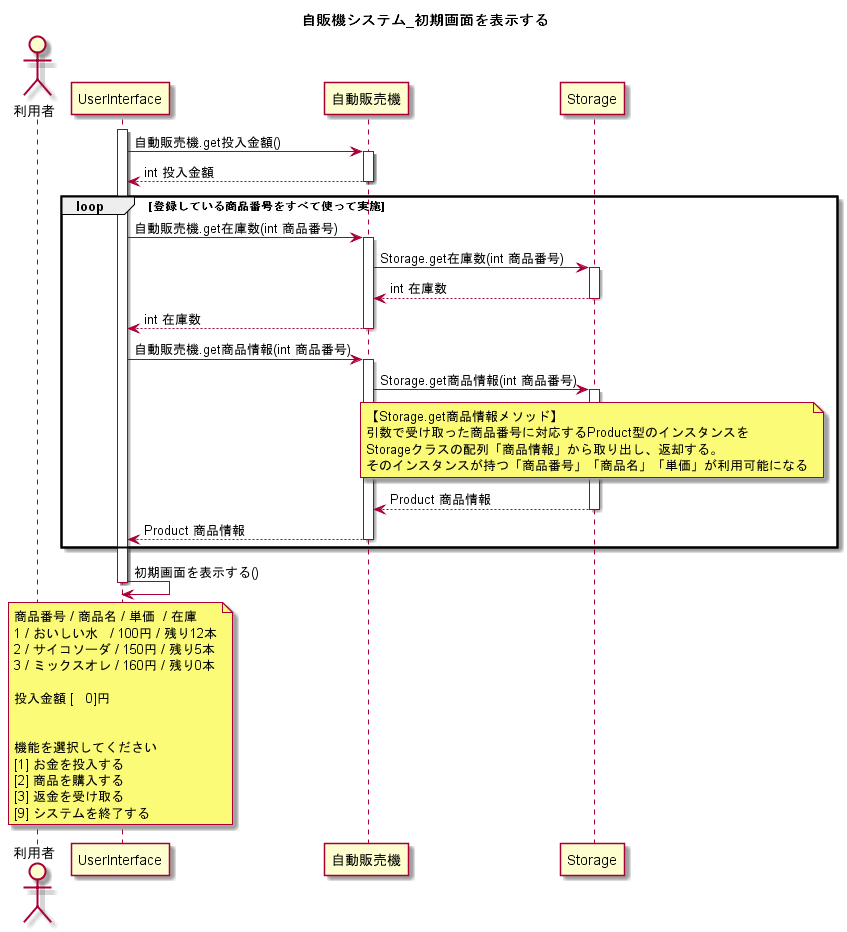
Earlier version of the PlantUML export UML_class_sequence/自販機システム_初期画面を表示する.png (W-Nakayama-24/VendingMachine_CUI).
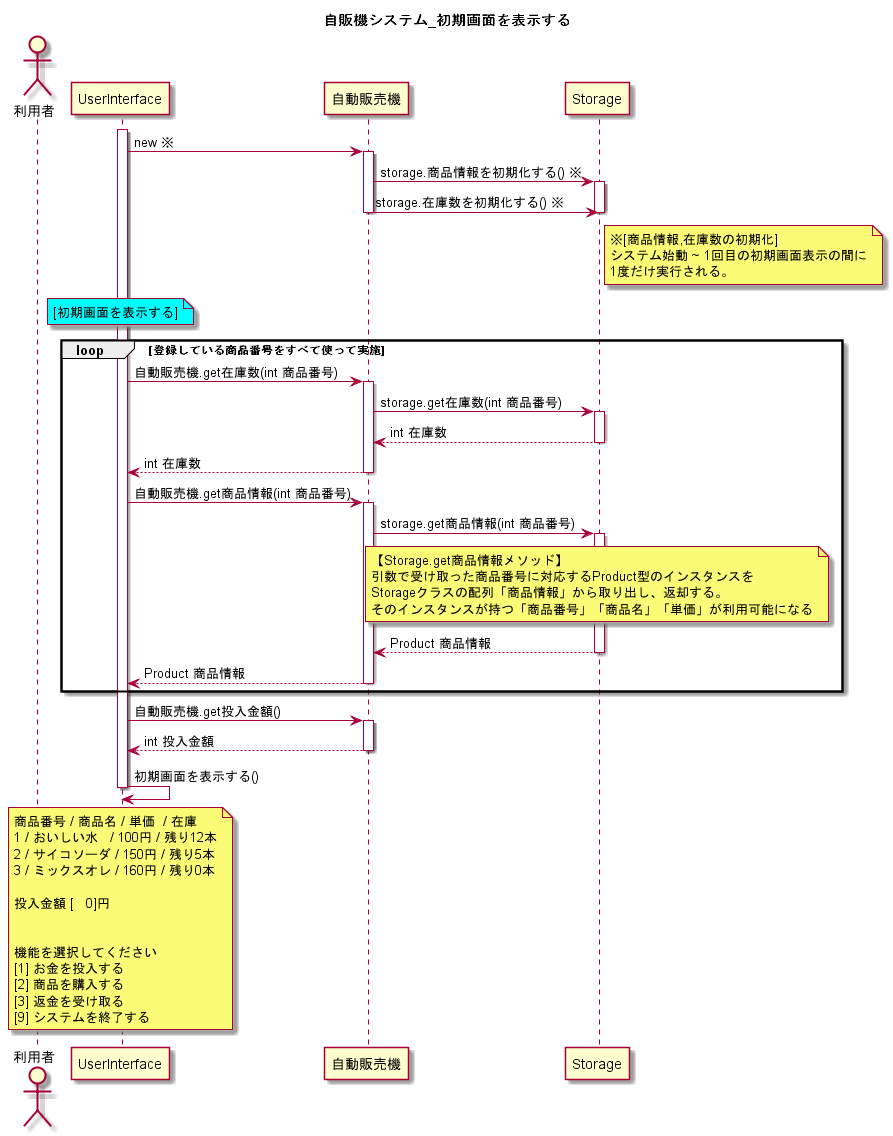
Above is the later version.

The edit, as a diff of the source:
```diff
@@ -3,15 +3,27 @@
 
 actor 利用者
 activate UserInterface
-UserInterface -> 自動販売機 : 自動販売機.get投入金額()
+UserInterface -> 自動販売機 : new ※
 activate 自動販売機
-UserInterface <-- 自動販売機 : int 投入金額
+自動販売機 -> Storage : storage.商品情報を初期化する() ※
+activate Storage
+自動販売機 -> Storage : storage.在庫数を初期化する() ※
+deactivate Storage
 deactivate 自動販売機
 
+note right of Storage
+※[商品情報,在庫数の初期化]
+システム始動 ~ 1回目の初期画面表示の間に
+1度だけ実行される。
+end note
+
+note over UserInterface #Cyan
+[初期画面を表示する]
+end note
 loop 登録している商品番号をすべて使って実施
 UserInterface -> 自動販売機 : 自動販売機.get在庫数(int 商品番号)
 activate 自動販売機
-自動販売機 -> Storage : Storage.get在庫数(int 商品番号)
+自動販売機 -> Storage : storage.get在庫数(int 商品番号)
 activate Storage
 自動販売機 <-- Storage : int 在庫数
 deactivate Storage
@@ -20,7 +32,7 @@
 
 UserInterface -> 自動販売機 : 自動販売機.get商品情報(int 商品番号)
 activate 自動販売機
-自動販売機 -> Storage : Storage.get商品情報(int 商品番号)
+自動販売機 -> Storage : storage.get商品情報(int 商品番号)
 activate Storage
 
 note over Storage
@@ -38,6 +50,11 @@
 
 
 end
+
+UserInterface -> 自動販売機 : 自動販売機.get投入金額()
+activate 自動販売機
+UserInterface <-- 自動販売機 : int 投入金額
+deactivate 自動販売機
 
 UserInterface <- UserInterface : 初期画面を表示する()
 note over UserInterface
```
